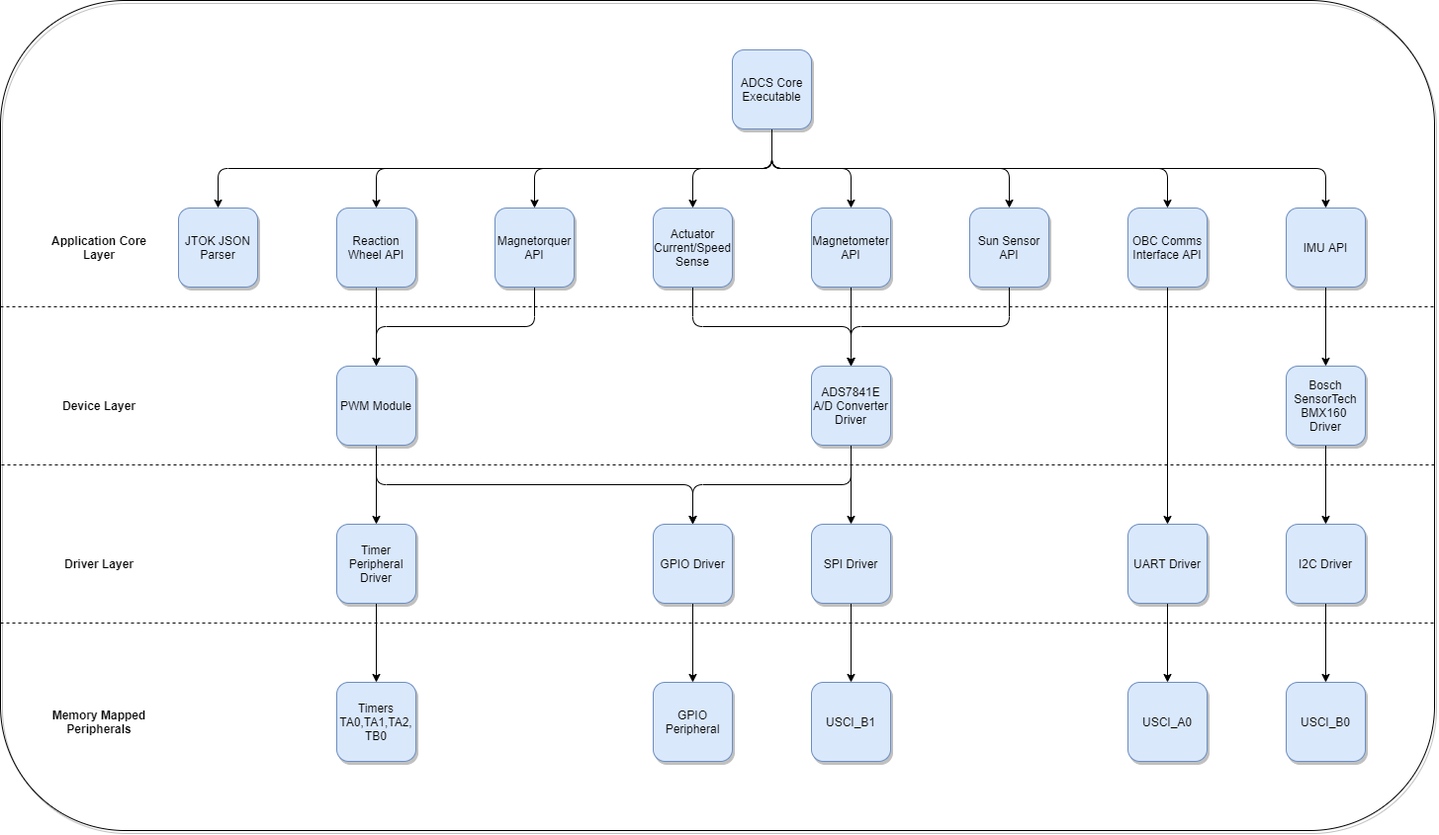
Earlier version of the draw.io export resources/drawio-diagrams/firmware-dependency-graph.png (DalhousieSpaceSystemsLab/CubeSat-ADCS-Firmware). Source tidied: cells renumbered, new cells last; positions are measured from the earlier drawing's top-left corner, leaving out a move shared by most shapes. Its diagram source:
```xml
<mxGraphModel>
  <root>
    <mxCell id="0" />
    <mxCell id="1" parent="0" />
    <mxCell id="2" style="rounded=1;whiteSpace=wrap;html=1;shadow=1;glass=0;fillColor=none;" parent="1" vertex="1">
      <mxGeometry width="1450" height="840" as="geometry" />
    </mxCell>
    <mxCell id="3" value="JTOK JSON&lt;br&gt;Parser" style="whiteSpace=wrap;html=1;rounded=1;fillColor=#dae8fc;strokeColor=#6c8ebf;glass=0;shadow=1;" parent="1" vertex="1">
      <mxGeometry x="180" y="210" width="80" height="80" as="geometry" />
    </mxCell>
    <mxCell id="4" style="edgeStyle=orthogonalEdgeStyle;rounded=0;jettySize=auto;html=1;" parent="1" edge="1" source="5" target="18">
      <mxGeometry relative="1" as="geometry" />
    </mxCell>
    <mxCell id="5" value="Reaction Wheel API" style="whiteSpace=wrap;html=1;rounded=1;fillColor=#dae8fc;strokeColor=#6c8ebf;glass=0;shadow=1;" parent="1" vertex="1">
      <mxGeometry x="340" y="210" width="80" height="80" as="geometry" />
    </mxCell>
    <mxCell id="6" style="edgeStyle=orthogonalEdgeStyle;rounded=1;jettySize=auto;html=1;entryX=0.5;entryY=0;entryDx=0;entryDy=0;" parent="1" edge="1" source="7" target="18">
      <mxGeometry relative="1" as="geometry">
        <Array as="points">
          <mxPoint x="540" y="330" />
          <mxPoint x="380" y="330" />
        </Array>
      </mxGeometry>
    </mxCell>
    <mxCell id="7" value="Magnetorquer API" style="whiteSpace=wrap;html=1;rounded=1;fillColor=#dae8fc;strokeColor=#6c8ebf;glass=0;shadow=1;" parent="1" vertex="1">
      <mxGeometry x="500" y="210" width="80" height="80" as="geometry" />
    </mxCell>
    <mxCell id="8" style="edgeStyle=orthogonalEdgeStyle;rounded=0;jettySize=auto;html=1;entryX=0.5;entryY=0;entryDx=0;entryDy=0;" parent="1" edge="1" source="9" target="23">
      <mxGeometry relative="1" as="geometry" />
    </mxCell>
    <mxCell id="9" value="OBC Comms Interface API" style="whiteSpace=wrap;html=1;rounded=1;fillColor=#dae8fc;strokeColor=#6c8ebf;glass=0;shadow=1;" parent="1" vertex="1">
      <mxGeometry x="1140" y="210" width="80" height="80" as="geometry" />
    </mxCell>
    <mxCell id="10" style="edgeStyle=orthogonalEdgeStyle;rounded=0;jettySize=auto;html=1;" parent="1" edge="1" source="11" target="26">
      <mxGeometry relative="1" as="geometry" />
    </mxCell>
    <mxCell id="11" value="IMU API" style="whiteSpace=wrap;html=1;rounded=1;fillColor=#dae8fc;strokeColor=#6c8ebf;glass=0;shadow=1;" parent="1" vertex="1">
      <mxGeometry x="1300" y="210" width="80" height="80" as="geometry" />
    </mxCell>
    <mxCell id="12" style="edgeStyle=orthogonalEdgeStyle;rounded=0;jettySize=auto;html=1;" parent="1" edge="1" source="13" target="31">
      <mxGeometry relative="1" as="geometry" />
    </mxCell>
    <mxCell id="13" value="Magnetometer API" style="whiteSpace=wrap;html=1;rounded=1;fillColor=#dae8fc;strokeColor=#6c8ebf;glass=0;shadow=1;" parent="1" vertex="1">
      <mxGeometry x="820" y="210" width="80" height="80" as="geometry" />
    </mxCell>
    <mxCell id="14" style="edgeStyle=orthogonalEdgeStyle;rounded=1;jettySize=auto;html=1;entryX=0.5;entryY=0;entryDx=0;entryDy=0;" parent="1" edge="1" source="15" target="31">
      <mxGeometry relative="1" as="geometry">
        <Array as="points">
          <mxPoint x="1020" y="330" />
          <mxPoint x="860" y="330" />
        </Array>
      </mxGeometry>
    </mxCell>
    <mxCell id="15" value="Sun Sensor API" style="whiteSpace=wrap;html=1;rounded=1;fillColor=#dae8fc;strokeColor=#6c8ebf;glass=0;shadow=1;" parent="1" vertex="1">
      <mxGeometry x="980" y="210" width="80" height="80" as="geometry" />
    </mxCell>
    <mxCell id="16" style="edgeStyle=orthogonalEdgeStyle;rounded=0;jettySize=auto;html=1;" parent="1" edge="1" source="18" target="20">
      <mxGeometry relative="1" as="geometry" />
    </mxCell>
    <mxCell id="17" style="edgeStyle=orthogonalEdgeStyle;rounded=1;jettySize=auto;html=1;exitX=0.5;exitY=1;exitDx=0;exitDy=0;entryX=0.5;entryY=0;entryDx=0;entryDy=0;" parent="1" edge="1" source="18" target="36">
      <mxGeometry relative="1" as="geometry" />
    </mxCell>
    <mxCell id="18" value="PWM Module" style="whiteSpace=wrap;html=1;rounded=1;fillColor=#dae8fc;strokeColor=#6c8ebf;glass=0;shadow=1;" parent="1" vertex="1">
      <mxGeometry x="340" y="370" width="80" height="80" as="geometry" />
    </mxCell>
    <mxCell id="19" style="edgeStyle=orthogonalEdgeStyle;rounded=0;jettySize=auto;html=1;" parent="1" edge="1" source="20" target="21">
      <mxGeometry relative="1" as="geometry" />
    </mxCell>
    <mxCell id="20" value="Timer Peripheral Driver" style="whiteSpace=wrap;html=1;rounded=1;fillColor=#dae8fc;strokeColor=#6c8ebf;glass=0;shadow=1;" parent="1" vertex="1">
      <mxGeometry x="340" y="530" width="80" height="80" as="geometry" />
    </mxCell>
    <mxCell id="21" value="Timers&lt;br&gt;TA0,TA1,TA2, TB0" style="whiteSpace=wrap;html=1;rounded=1;fillColor=#dae8fc;strokeColor=#6c8ebf;glass=0;shadow=1;" parent="1" vertex="1">
      <mxGeometry x="340" y="690" width="80" height="80" as="geometry" />
    </mxCell>
    <mxCell id="22" style="edgeStyle=orthogonalEdgeStyle;rounded=0;jettySize=auto;html=1;" parent="1" edge="1" source="23" target="24">
      <mxGeometry relative="1" as="geometry" />
    </mxCell>
    <mxCell id="23" value="UART Driver" style="whiteSpace=wrap;html=1;rounded=1;fillColor=#dae8fc;strokeColor=#6c8ebf;glass=0;shadow=1;" parent="1" vertex="1">
      <mxGeometry x="1140" y="530" width="80" height="80" as="geometry" />
    </mxCell>
    <mxCell id="24" value="USCI_A0" style="whiteSpace=wrap;html=1;rounded=1;fillColor=#dae8fc;strokeColor=#6c8ebf;glass=0;shadow=1;" parent="1" vertex="1">
      <mxGeometry x="1140" y="690" width="80" height="80" as="geometry" />
    </mxCell>
    <mxCell id="25" style="edgeStyle=orthogonalEdgeStyle;rounded=0;jettySize=auto;html=1;" parent="1" edge="1" source="26" target="28">
      <mxGeometry relative="1" as="geometry" />
    </mxCell>
    <mxCell id="26" value="Bosch SensorTech&lt;br&gt;BMX160&amp;nbsp; Driver" style="whiteSpace=wrap;html=1;rounded=1;fillColor=#dae8fc;strokeColor=#6c8ebf;glass=0;shadow=1;" parent="1" vertex="1">
      <mxGeometry x="1300" y="370" width="80" height="80" as="geometry" />
    </mxCell>
    <mxCell id="27" style="edgeStyle=orthogonalEdgeStyle;rounded=0;jettySize=auto;html=1;" parent="1" edge="1" source="28" target="51">
      <mxGeometry relative="1" as="geometry" />
    </mxCell>
    <mxCell id="28" value="I2C Driver" style="whiteSpace=wrap;html=1;rounded=1;fillColor=#dae8fc;strokeColor=#6c8ebf;glass=0;shadow=1;" parent="1" vertex="1">
      <mxGeometry x="1300" y="530" width="80" height="80" as="geometry" />
    </mxCell>
    <mxCell id="29" style="edgeStyle=orthogonalEdgeStyle;rounded=0;jettySize=auto;html=1;" parent="1" edge="1" source="31" target="33">
      <mxGeometry relative="1" as="geometry" />
    </mxCell>
    <mxCell id="30" style="edgeStyle=orthogonalEdgeStyle;rounded=1;jettySize=auto;html=1;exitX=0.5;exitY=1;exitDx=0;exitDy=0;entryX=0.5;entryY=0;entryDx=0;entryDy=0;" parent="1" edge="1" source="31" target="36">
      <mxGeometry relative="1" as="geometry" />
    </mxCell>
    <mxCell id="31" value="ADS7841E A/D Converter Driver" style="whiteSpace=wrap;html=1;rounded=1;fillColor=#dae8fc;strokeColor=#6c8ebf;glass=0;shadow=1;" parent="1" vertex="1">
      <mxGeometry x="820" y="370" width="80" height="80" as="geometry" />
    </mxCell>
    <mxCell id="32" style="edgeStyle=orthogonalEdgeStyle;rounded=0;jettySize=auto;html=1;" parent="1" edge="1" source="33" target="34">
      <mxGeometry relative="1" as="geometry" />
    </mxCell>
    <mxCell id="33" value="SPI Driver" style="whiteSpace=wrap;html=1;rounded=1;fillColor=#dae8fc;strokeColor=#6c8ebf;glass=0;shadow=1;" parent="1" vertex="1">
      <mxGeometry x="820" y="530" width="80" height="80" as="geometry" />
    </mxCell>
    <mxCell id="34" value="USCI_B1" style="whiteSpace=wrap;html=1;rounded=1;fillColor=#dae8fc;strokeColor=#6c8ebf;glass=0;shadow=1;" parent="1" vertex="1">
      <mxGeometry x="820" y="690" width="80" height="80" as="geometry" />
    </mxCell>
    <mxCell id="35" style="edgeStyle=orthogonalEdgeStyle;rounded=0;jettySize=auto;html=1;" parent="1" edge="1" source="36" target="37">
      <mxGeometry relative="1" as="geometry" />
    </mxCell>
    <mxCell id="36" value="GPIO Driver" style="whiteSpace=wrap;html=1;rounded=1;fillColor=#dae8fc;strokeColor=#6c8ebf;glass=0;shadow=1;" parent="1" vertex="1">
      <mxGeometry x="660" y="530" width="80" height="80" as="geometry" />
    </mxCell>
    <mxCell id="37" value="GPIO Peripheral" style="whiteSpace=wrap;html=1;rounded=1;fillColor=#dae8fc;strokeColor=#6c8ebf;glass=0;shadow=1;" parent="1" vertex="1">
      <mxGeometry x="660" y="690" width="80" height="80" as="geometry" />
    </mxCell>
    <mxCell id="38" style="edgeStyle=orthogonalEdgeStyle;rounded=1;jettySize=auto;html=1;entryX=0.5;entryY=0;entryDx=0;entryDy=0;" parent="1" edge="1" source="46" target="9">
      <mxGeometry relative="1" as="geometry">
        <Array as="points">
          <mxPoint x="780" y="170" />
          <mxPoint x="1180" y="170" />
        </Array>
      </mxGeometry>
    </mxCell>
    <mxCell id="39" style="edgeStyle=orthogonalEdgeStyle;rounded=1;jettySize=auto;html=1;exitX=0.5;exitY=1;exitDx=0;exitDy=0;" parent="1" edge="1" source="46" target="11">
      <mxGeometry relative="1" as="geometry" />
    </mxCell>
    <mxCell id="40" style="edgeStyle=orthogonalEdgeStyle;rounded=1;jettySize=auto;html=1;exitX=0.5;exitY=1;exitDx=0;exitDy=0;entryX=0.5;entryY=0;entryDx=0;entryDy=0;" parent="1" edge="1" source="46" target="13">
      <mxGeometry relative="1" as="geometry" />
    </mxCell>
    <mxCell id="41" style="edgeStyle=orthogonalEdgeStyle;rounded=1;jettySize=auto;html=1;exitX=0.5;exitY=1;exitDx=0;exitDy=0;entryX=0.5;entryY=0;entryDx=0;entryDy=0;" parent="1" edge="1" source="46" target="15">
      <mxGeometry relative="1" as="geometry" />
    </mxCell>
    <mxCell id="42" style="edgeStyle=orthogonalEdgeStyle;rounded=1;jettySize=auto;html=1;exitX=0.5;exitY=1;exitDx=0;exitDy=0;entryX=0.5;entryY=0;entryDx=0;entryDy=0;" parent="1" edge="1" source="46" target="7">
      <mxGeometry relative="1" as="geometry" />
    </mxCell>
    <mxCell id="43" style="edgeStyle=orthogonalEdgeStyle;rounded=1;jettySize=auto;html=1;exitX=0.5;exitY=1;exitDx=0;exitDy=0;entryX=0.5;entryY=0;entryDx=0;entryDy=0;" parent="1" edge="1" source="46" target="5">
      <mxGeometry relative="1" as="geometry" />
    </mxCell>
    <mxCell id="44" style="edgeStyle=orthogonalEdgeStyle;rounded=1;jettySize=auto;html=1;exitX=0.5;exitY=1;exitDx=0;exitDy=0;" parent="1" edge="1" source="46" target="3">
      <mxGeometry relative="1" as="geometry" />
    </mxCell>
    <mxCell id="45" style="edgeStyle=orthogonalEdgeStyle;rounded=1;jettySize=auto;html=1;exitX=0.5;exitY=1;exitDx=0;exitDy=0;entryX=0.5;entryY=0;entryDx=0;entryDy=0;" parent="1" edge="1" source="46" target="56">
      <mxGeometry relative="1" as="geometry" />
    </mxCell>
    <mxCell id="46" value="ADCS Core Executable" style="whiteSpace=wrap;html=1;rounded=1;fillColor=#dae8fc;strokeColor=#6c8ebf;glass=0;shadow=1;" parent="1" vertex="1">
      <mxGeometry x="740" y="50" width="80" height="80" as="geometry" />
    </mxCell>
    <mxCell id="47" value="Application Core Layer" style="text;html=1;strokeColor=none;fillColor=none;align=center;verticalAlign=middle;whiteSpace=wrap;rounded=0;shadow=1;glass=0;fontStyle=1;" parent="1" vertex="1">
      <mxGeometry x="50" y="240" width="100" height="20" as="geometry" />
    </mxCell>
    <mxCell id="48" value="Device Layer" style="text;html=1;strokeColor=none;fillColor=none;align=center;verticalAlign=middle;whiteSpace=wrap;rounded=0;shadow=1;glass=0;fontStyle=1;" parent="1" vertex="1">
      <mxGeometry x="50" y="400" width="100" height="20" as="geometry" />
    </mxCell>
    <mxCell id="49" value="Driver Layer" style="text;html=1;strokeColor=none;fillColor=none;align=center;verticalAlign=middle;whiteSpace=wrap;rounded=0;shadow=1;glass=0;fontStyle=1;" parent="1" vertex="1">
      <mxGeometry x="50" y="560" width="100" height="20" as="geometry" />
    </mxCell>
    <mxCell id="50" value="Memory Mapped Peripherals" style="text;html=1;strokeColor=none;fillColor=none;align=center;verticalAlign=middle;whiteSpace=wrap;rounded=0;shadow=1;glass=0;fontStyle=1;" parent="1" vertex="1">
      <mxGeometry x="50" y="720" width="100" height="20" as="geometry" />
    </mxCell>
    <mxCell id="51" value="USCI_B0" style="whiteSpace=wrap;html=1;rounded=1;fillColor=#dae8fc;strokeColor=#6c8ebf;glass=0;shadow=1;" parent="1" vertex="1">
      <mxGeometry x="1300" y="690" width="80" height="80" as="geometry" />
    </mxCell>
    <mxCell id="52" style="endArrow=none;dashed=1;html=1;entryX=1.001;entryY=0.369;entryDx=0;entryDy=0;entryPerimeter=0;exitX=0;exitY=0.369;exitDx=0;exitDy=0;exitPerimeter=0;" parent="1" edge="1" source="2" target="2">
      <mxGeometry relative="1" as="geometry" />
    </mxCell>
    <mxCell id="53" style="endArrow=none;dashed=1;html=1;" parent="1" edge="1">
      <mxGeometry relative="1" as="geometry">
        <mxPoint x="1" y="470" as="sourcePoint" />
        <mxPoint x="1450" y="470" as="targetPoint" />
      </mxGeometry>
    </mxCell>
    <mxCell id="54" style="endArrow=none;dashed=1;html=1;exitX=0;exitY=0.75;exitDx=0;exitDy=0;entryX=1;entryY=0.75;entryDx=0;entryDy=0;" parent="1" edge="1" source="2" target="2">
      <mxGeometry relative="1" as="geometry" />
    </mxCell>
    <mxCell id="55" style="edgeStyle=orthogonalEdgeStyle;jettySize=auto;html=1;entryX=0.5;entryY=0;entryDx=0;entryDy=0;rounded=1;" parent="1" edge="1" source="56" target="31">
      <mxGeometry relative="1" as="geometry">
        <Array as="points">
          <mxPoint x="700" y="330" />
          <mxPoint x="860" y="330" />
        </Array>
      </mxGeometry>
    </mxCell>
    <mxCell id="56" value="Actuator Current/Speed Sense" style="whiteSpace=wrap;html=1;rounded=1;fillColor=#dae8fc;strokeColor=#6c8ebf;glass=0;shadow=1;" parent="1" vertex="1">
      <mxGeometry x="660" y="210" width="80" height="80" as="geometry" />
    </mxCell>
  </root>
</mxGraphModel>
```
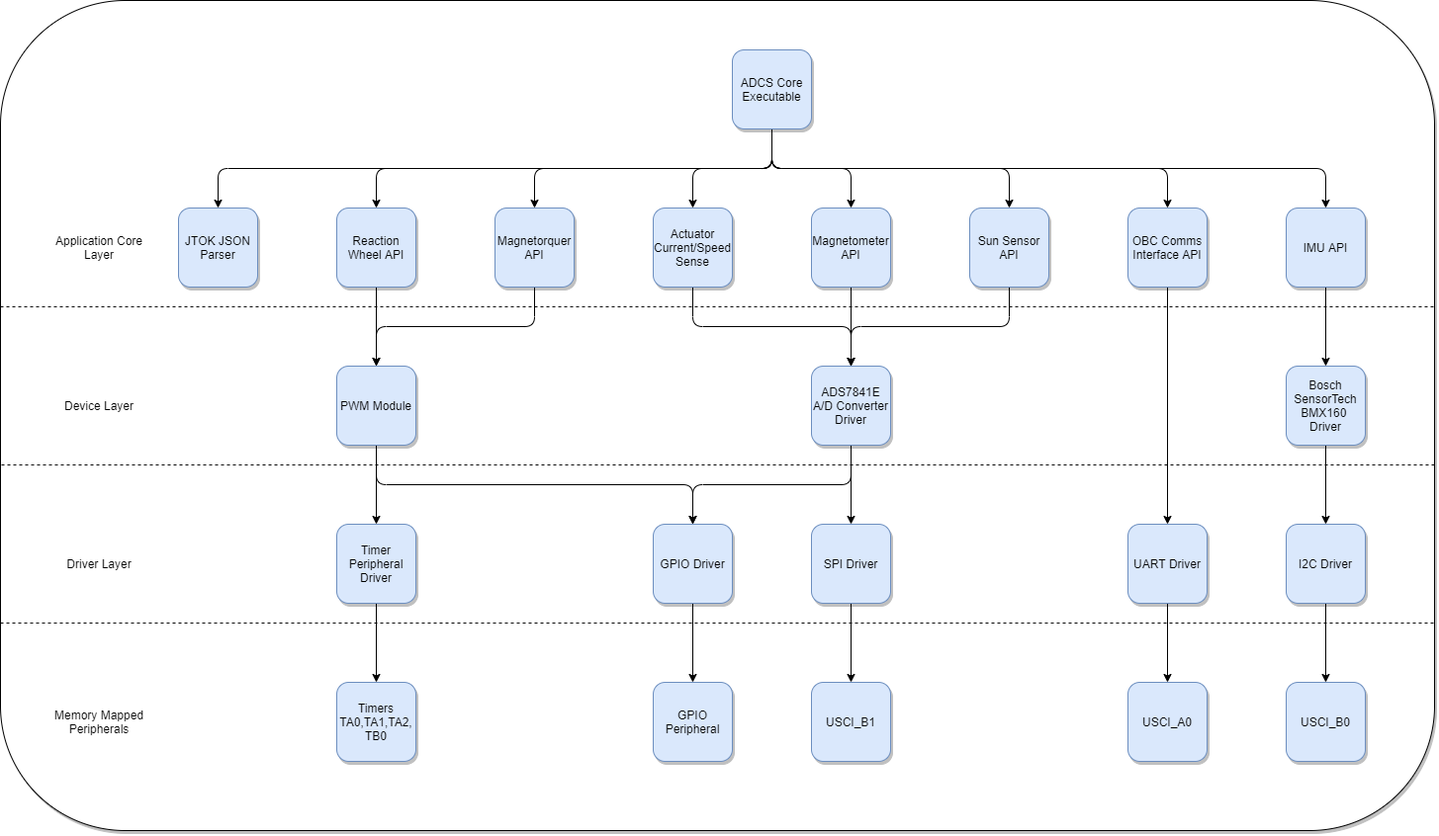
The same file after the commit.

What changed in the source:
```diff
@@ -2,7 +2,7 @@
   <root>
     <mxCell id="0" />
     <mxCell id="1" parent="0" />
-    <mxCell id="2" style="rounded=1;whiteSpace=wrap;html=1;shadow=1;glass=0;fillColor=none;" parent="1" vertex="1">
+    <mxCell id="2" style="rounded=1;whiteSpace=wrap;html=1;shadow=1;glass=0;" parent="1" vertex="1">
       <mxGeometry width="1450" height="840" as="geometry" />
     </mxCell>
     <mxCell id="3" value="JTOK JSON&lt;br&gt;Parser" style="whiteSpace=wrap;html=1;rounded=1;fillColor=#dae8fc;strokeColor=#6c8ebf;glass=0;shadow=1;" parent="1" vertex="1">
@@ -152,16 +152,16 @@
     <mxCell id="46" value="ADCS Core Executable" style="whiteSpace=wrap;html=1;rounded=1;fillColor=#dae8fc;strokeColor=#6c8ebf;glass=0;shadow=1;" parent="1" vertex="1">
       <mxGeometry x="740" y="50" width="80" height="80" as="geometry" />
     </mxCell>
-    <mxCell id="47" value="Application Core Layer" style="text;html=1;strokeColor=none;fillColor=none;align=center;verticalAlign=middle;whiteSpace=wrap;rounded=0;shadow=1;glass=0;fontStyle=1;" parent="1" vertex="1">
+    <mxCell id="47" value="Application Core Layer" style="text;html=1;strokeColor=none;fillColor=none;align=center;verticalAlign=middle;whiteSpace=wrap;rounded=0;shadow=1;glass=0;" parent="1" vertex="1">
       <mxGeometry x="50" y="240" width="100" height="20" as="geometry" />
     </mxCell>
-    <mxCell id="48" value="Device Layer" style="text;html=1;strokeColor=none;fillColor=none;align=center;verticalAlign=middle;whiteSpace=wrap;rounded=0;shadow=1;glass=0;fontStyle=1;" parent="1" vertex="1">
+    <mxCell id="48" value="Device Layer" style="text;html=1;strokeColor=none;fillColor=none;align=center;verticalAlign=middle;whiteSpace=wrap;rounded=0;shadow=1;glass=0;" parent="1" vertex="1">
       <mxGeometry x="50" y="400" width="100" height="20" as="geometry" />
     </mxCell>
-    <mxCell id="49" value="Driver Layer" style="text;html=1;strokeColor=none;fillColor=none;align=center;verticalAlign=middle;whiteSpace=wrap;rounded=0;shadow=1;glass=0;fontStyle=1;" parent="1" vertex="1">
+    <mxCell id="49" value="Driver Layer" style="text;html=1;strokeColor=none;fillColor=none;align=center;verticalAlign=middle;whiteSpace=wrap;rounded=0;shadow=1;glass=0;" parent="1" vertex="1">
       <mxGeometry x="50" y="560" width="100" height="20" as="geometry" />
     </mxCell>
-    <mxCell id="50" value="Memory Mapped Peripherals" style="text;html=1;strokeColor=none;fillColor=none;align=center;verticalAlign=middle;whiteSpace=wrap;rounded=0;shadow=1;glass=0;fontStyle=1;" parent="1" vertex="1">
+    <mxCell id="50" value="Memory Mapped Peripherals" style="text;html=1;strokeColor=none;fillColor=none;align=center;verticalAlign=middle;whiteSpace=wrap;rounded=0;shadow=1;glass=0;" parent="1" vertex="1">
       <mxGeometry x="50" y="720" width="100" height="20" as="geometry" />
     </mxCell>
     <mxCell id="51" value="USCI_B0" style="whiteSpace=wrap;html=1;rounded=1;fillColor=#dae8fc;strokeColor=#6c8ebf;glass=0;shadow=1;" parent="1" vertex="1">
```
